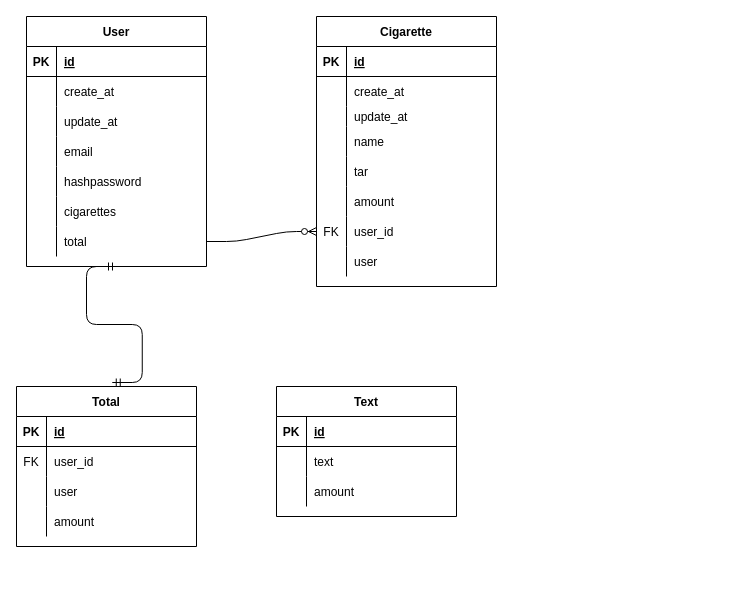
Above: docs/er.drawio in kazun1224/Kinen_Backend (draw.io), before the change. Source tidied: cells renumbered, new cells numbered last; positions are measured from the earlier drawing's top-left corner, leaving out a move shared by most shapes. Both pictures are drawn from the tidied source at 100%, with x=0, y=0 at pixel (16, 16).
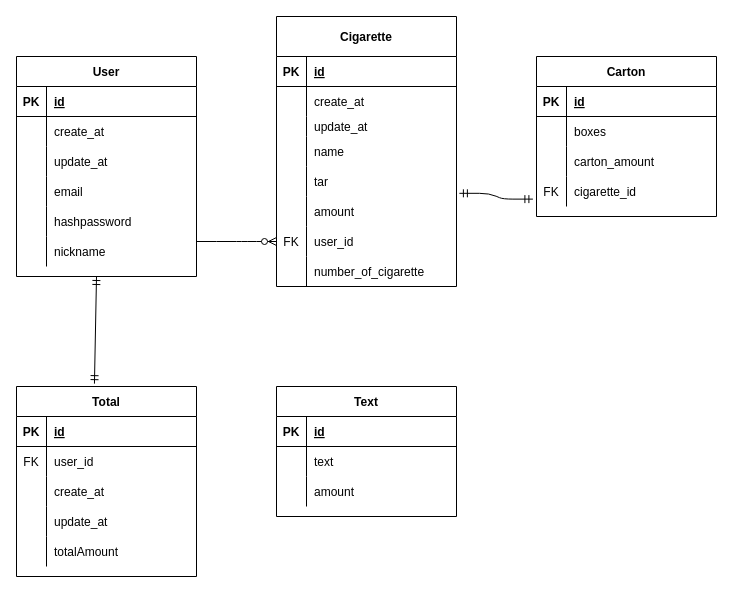
The same diagram, later.

The change refers to these unchanged cells:
```xml
<mxCell id="18" style="shape=partialRectangle;fillColor=none;top=0;left=0;bottom=0;right=0;" parent="2" vertex="1">
  <mxGeometry y="180" width="180" height="30" as="geometry" />
</mxCell>
<mxCell id="56" style="shape=partialRectangle;fillColor=none;top=0;left=0;bottom=0;right=0;" parent="49" vertex="1">
  <mxGeometry y="90" width="180" height="30" as="geometry" />
</mxCell>
<mxCell id="59" style="shape=partialRectangle;fillColor=none;top=0;left=0;bottom=0;right=0;" parent="49" vertex="1">
  <mxGeometry y="120" width="180" height="30" as="geometry" />
</mxCell>
```

The edit, as a diff of the source:
```diff
@@
     <mxCell id="2" value="User" style="shape=table;startSize=30;childLayout=tableLayout;rowLines=0;fontStyle=1;align=center;" parent="1" vertex="1">
-      <mxGeometry x="10" width="180" height="250" as="geometry" />
+      <mxGeometry y="40" width="180" height="220" as="geometry" />
     </mxCell>
@@
-    <mxCell id="20" value="cigarettes" style="shape=partialRectangle;fillColor=none;top=0;left=0;bottom=0;right=0;align=left;spacingLeft=6;overflow=hidden;" parent="18" vertex="1">
+    <mxCell id="20" value="nickname" style="shape=partialRectangle;fillColor=none;top=0;left=0;bottom=0;right=0;align=left;spacingLeft=6;overflow=hidden;" parent="18" vertex="1">
       <mxGeometry x="30" width="150" height="30" as="geometry" />
     </mxCell>
-    <mxCell id="21" style="shape=partialRectangle;fillColor=none;top=0;left=0;bottom=0;right=0;points=[[0,0.5],[1,0.5]];portConstraint=eastwest;" parent="2" vertex="1">
-      <mxGeometry y="210" width="180" height="30" as="geometry" />
-    </mxCell>
-    <mxCell id="22" style="shape=partialRectangle;fillColor=none;top=0;left=0;bottom=0;right=0;overflow=hidden;" parent="21" vertex="1">
-      <mxGeometry width="30" height="30" as="geometry" />
-    </mxCell>
-    <mxCell id="23" value="total" style="shape=partialRectangle;fillColor=none;top=0;left=0;bottom=0;right=0;align=left;spacingLeft=6;overflow=hidden;" parent="21" vertex="1">
-      <mxGeometry x="30" width="150" height="30" as="geometry" />
-    </mxCell>
-    <mxCell id="24" value="Cigarette" style="shape=table;startSize=30;childLayout=tableLayout;rowLines=0;fontStyle=1;align=center;" parent="1" vertex="1">
-      <mxGeometry x="300" width="180" height="270" as="geometry" />
+    <mxCell id="24" value="Cigarette" style="shape=table;startSize=40;childLayout=tableLayout;rowLines=0;fontStyle=1;align=center;" parent="1" vertex="1">
+      <mxGeometry x="260" width="180" height="270" as="geometry" />
     </mxCell>
     <mxCell id="25" style="shape=partialRectangle;fillColor=none;top=0;left=0;bottom=1;right=0;" parent="24" vertex="1">
-      <mxGeometry y="30" width="180" height="30" as="geometry" />
+      <mxGeometry y="40" width="180" height="30" as="geometry" />
     </mxCell>
@@
     <mxCell id="28" style="shape=partialRectangle;fillColor=none;top=0;left=0;bottom=0;right=0;" parent="24" vertex="1">
-      <mxGeometry y="60" width="180" height="30" as="geometry" />
+      <mxGeometry y="70" width="180" height="30" as="geometry" />
     </mxCell>
@@
     <mxCell id="31" style="shape=partialRectangle;fillColor=none;top=0;left=0;bottom=0;right=0;" parent="24" vertex="1">
-      <mxGeometry y="90" width="180" height="20" as="geometry" />
+      <mxGeometry y="100" width="180" height="20" as="geometry" />
     </mxCell>
@@
     <mxCell id="34" style="shape=partialRectangle;fillColor=none;top=0;left=0;bottom=0;right=0;" parent="24" vertex="1">
-      <mxGeometry y="110" width="180" height="30" as="geometry" />
+      <mxGeometry y="120" width="180" height="30" as="geometry" />
     </mxCell>
@@
     <mxCell id="37" style="shape=partialRectangle;fillColor=none;top=0;left=0;bottom=0;right=0;" parent="24" vertex="1">
-      <mxGeometry y="140" width="180" height="30" as="geometry" />
+      <mxGeometry y="150" width="180" height="30" as="geometry" />
     </mxCell>
@@
     <mxCell id="40" style="shape=partialRectangle;fillColor=none;top=0;left=0;bottom=0;right=0;points=[[0,0.5],[1,0.5]];portConstraint=eastwest;" parent="24" vertex="1">
-      <mxGeometry y="170" width="180" height="30" as="geometry" />
+      <mxGeometry y="180" width="180" height="30" as="geometry" />
     </mxCell>
@@
     <mxCell id="43" style="shape=partialRectangle;fillColor=none;top=0;left=0;bottom=0;right=0;points=[[0,0.5],[1,0.5]];portConstraint=eastwest;" parent="24" vertex="1">
-      <mxGeometry y="200" width="180" height="30" as="geometry" />
+      <mxGeometry y="210" width="180" height="30" as="geometry" />
     </mxCell>
@@
-    <mxCell id="46" style="shape=partialRectangle;fillColor=none;top=0;left=0;bottom=0;right=0;" parent="24" vertex="1">
-      <mxGeometry y="230" width="180" height="30" as="geometry" />
-    </mxCell>
-    <mxCell id="47" style="shape=partialRectangle;fillColor=none;top=0;left=0;bottom=0;right=0;overflow=hidden;" parent="46" vertex="1">
-      <mxGeometry width="30" height="30" as="geometry" />
-    </mxCell>
-    <mxCell id="48" value="user" style="shape=partialRectangle;fillColor=none;top=0;left=0;bottom=0;right=0;align=left;spacingLeft=6;overflow=hidden;" parent="46" vertex="1">
-      <mxGeometry x="30" width="150" height="30" as="geometry" />
-    </mxCell>
+    <mxCell id="74" style="shape=partialRectangle;fillColor=none;top=0;left=0;bottom=0;right=0;" parent="24" vertex="1">
+      <mxGeometry y="240" width="180" height="30" as="geometry" />
+    </mxCell>
+    <mxCell id="75" style="shape=partialRectangle;fillColor=none;top=0;left=0;bottom=0;right=0;overflow=hidden;" parent="74" vertex="1">
+      <mxGeometry width="30" height="30" as="geometry" />
+    </mxCell>
+    <mxCell id="76" value="number_of_cigarette" style="shape=partialRectangle;fillColor=none;top=0;left=0;bottom=0;right=0;align=left;spacingLeft=6;overflow=hidden;" parent="74" vertex="1">
+      <mxGeometry x="30" width="150" height="30" as="geometry" />
+    </mxCell>
     <mxCell id="49" value="Total" style="shape=table;startSize=30;childLayout=tableLayout;rowLines=0;fontStyle=1;align=center;" parent="1" vertex="1">
-      <mxGeometry y="370" width="180" height="160" as="geometry" />
+      <mxGeometry y="370" width="180" height="190" as="geometry" />
     </mxCell>
@@
-    <mxCell id="58" value="user" style="shape=partialRectangle;fillColor=none;top=0;left=0;bottom=0;right=0;align=left;spacingLeft=6;overflow=hidden;" parent="56" vertex="1">
+    <mxCell id="58" value="create_at" style="shape=partialRectangle;fillColor=none;top=0;left=0;bottom=0;right=0;align=left;spacingLeft=6;overflow=hidden;" parent="56" vertex="1">
       <mxGeometry x="30" width="150" height="30" as="geometry" />
     </mxCell>
@@
-    <mxCell id="61" value="amount" style="shape=partialRectangle;fillColor=none;top=0;left=0;bottom=0;right=0;align=left;spacingLeft=6;overflow=hidden;" parent="59" vertex="1">
+    <mxCell id="61" value="update_at" style="shape=partialRectangle;fillColor=none;top=0;left=0;bottom=0;right=0;align=left;spacingLeft=6;overflow=hidden;" parent="59" vertex="1">
       <mxGeometry x="30" width="150" height="30" as="geometry" />
     </mxCell>
-    <mxCell id="62" style="edgeStyle=entityRelationEdgeStyle;fontSize=12;html=1;endArrow=ERmandOne;startArrow=ERmandOne;exitX=0.532;exitY=-0.025;exitDx=0;exitDy=0;exitPerimeter=0;entryX=0.5;entryY=1;entryDx=0;entryDy=0;" parent="1" edge="1" source="49" target="2">
-      <mxGeometry relative="1" as="geometry" />
-    </mxCell>
+    <mxCell id="77" style="shape=partialRectangle;fillColor=none;top=0;left=0;bottom=0;right=0;" parent="49" vertex="1">
+      <mxGeometry y="150" width="180" height="30" as="geometry" />
+    </mxCell>
+    <mxCell id="78" style="shape=partialRectangle;fillColor=none;top=0;left=0;bottom=0;right=0;overflow=hidden;" parent="77" vertex="1">
+      <mxGeometry width="30" height="30" as="geometry" />
+    </mxCell>
+    <mxCell id="79" value="totalAmount" style="shape=partialRectangle;fillColor=none;top=0;left=0;bottom=0;right=0;align=left;spacingLeft=6;overflow=hidden;" parent="77" vertex="1">
+      <mxGeometry x="30" width="150" height="30" as="geometry" />
+    </mxCell>
@@
-    <mxCell id="73" style="edgeStyle=entityRelationEdgeStyle;fontSize=12;html=1;endArrow=ERzeroToMany;endFill=1;entryX=0;entryY=0.5;entryDx=0;entryDy=0;exitX=1;exitY=0.5;exitDx=0;exitDy=0;" parent="1" edge="1" source="21" target="43">
-      <mxGeometry relative="1" as="geometry" />
+    <mxCell id="73" style="edgeStyle=entityRelationEdgeStyle;fontSize=12;html=1;endArrow=ERzeroToMany;endFill=1;entryX=0;entryY=0.5;entryDx=0;entryDy=0;" parent="1" edge="1" target="43">
+      <mxGeometry relative="1" as="geometry">
+        <mxPoint x="180" y="225" as="sourcePoint" />
+      </mxGeometry>
     </mxCell>
+    <mxCell id="80" value="Carton" style="shape=table;startSize=30;childLayout=tableLayout;rowLines=0;fontStyle=1;align=center;" parent="1" vertex="1">
+      <mxGeometry x="520" y="40" width="180" height="160" as="geometry" />
+    </mxCell>
+    <mxCell id="81" style="shape=partialRectangle;fillColor=none;top=0;left=0;bottom=1;right=0;" parent="80" vertex="1">
+      <mxGeometry y="30" width="180" height="30" as="geometry" />
+    </mxCell>
+    <mxCell id="82" value="PK" style="shape=partialRectangle;fillColor=none;top=0;left=0;bottom=0;right=0;fontStyle=1;overflow=hidden;" parent="81" vertex="1">
+      <mxGeometry width="30" height="30" as="geometry" />
+    </mxCell>
+    <mxCell id="83" value="id" style="shape=partialRectangle;fillColor=none;top=0;left=0;bottom=0;right=0;align=left;spacingLeft=6;fontStyle=5;overflow=hidden;" parent="81" vertex="1">
+      <mxGeometry x="30" width="150" height="30" as="geometry" />
+    </mxCell>
+    <mxCell id="84" style="shape=partialRectangle;fillColor=none;top=0;left=0;bottom=0;right=0;" parent="80" vertex="1">
+      <mxGeometry y="60" width="180" height="30" as="geometry" />
+    </mxCell>
+    <mxCell id="85" style="shape=partialRectangle;fillColor=none;top=0;left=0;bottom=0;right=0;overflow=hidden;" parent="84" vertex="1">
+      <mxGeometry width="30" height="30" as="geometry" />
+    </mxCell>
+    <mxCell id="86" value="boxes" style="shape=partialRectangle;fillColor=none;top=0;left=0;bottom=0;right=0;align=left;spacingLeft=6;overflow=hidden;" parent="84" vertex="1">
+      <mxGeometry x="30" width="150" height="30" as="geometry" />
+    </mxCell>
+    <mxCell id="87" style="shape=partialRectangle;fillColor=none;top=0;left=0;bottom=0;right=0;" parent="80" vertex="1">
+      <mxGeometry y="90" width="180" height="30" as="geometry" />
+    </mxCell>
+    <mxCell id="88" style="shape=partialRectangle;fillColor=none;top=0;left=0;bottom=0;right=0;overflow=hidden;" parent="87" vertex="1">
+      <mxGeometry width="30" height="30" as="geometry" />
+    </mxCell>
+    <mxCell id="89" value="carton_amount" style="shape=partialRectangle;fillColor=none;top=0;left=0;bottom=0;right=0;align=left;spacingLeft=6;overflow=hidden;" parent="87" vertex="1">
+      <mxGeometry x="30" width="150" height="30" as="geometry" />
+    </mxCell>
+    <mxCell id="90" style="shape=partialRectangle;fillColor=none;top=0;left=0;bottom=0;right=0;points=[[0,0.5],[1,0.5]];portConstraint=eastwest;" parent="80" vertex="1">
+      <mxGeometry y="120" width="180" height="30" as="geometry" />
+    </mxCell>
+    <mxCell id="91" value="FK" style="shape=partialRectangle;fillColor=none;top=0;left=0;bottom=0;right=0;overflow=hidden;" parent="90" vertex="1">
+      <mxGeometry width="30" height="30" as="geometry" />
+    </mxCell>
+    <mxCell id="92" value="cigarette_id" style="shape=partialRectangle;fillColor=none;top=0;left=0;bottom=0;right=0;align=left;spacingLeft=6;overflow=hidden;" parent="90" vertex="1">
+      <mxGeometry x="30" width="150" height="30" as="geometry" />
+    </mxCell>
+    <mxCell id="93" style="edgeStyle=entityRelationEdgeStyle;fontSize=12;html=1;endArrow=ERmandOne;startArrow=ERmandOne;exitX=1.016;exitY=-0.106;exitDx=0;exitDy=0;exitPerimeter=0;entryX=-0.02;entryY=0.754;entryDx=0;entryDy=0;entryPerimeter=0;" parent="1" edge="1" source="40" target="90">
+      <mxGeometry relative="1" as="geometry" />
+    </mxCell>
+    <mxCell id="94" style="fontSize=12;html=1;endArrow=ERmandOne;startArrow=ERmandOne;rounded=0;exitX=0.433;exitY=-0.015;exitDx=0;exitDy=0;exitPerimeter=0;" parent="1" edge="1" source="49">
+      <mxGeometry relative="1" as="geometry">
+        <mxPoint x="80" y="260" as="targetPoint" />
+      </mxGeometry>
+    </mxCell>
```
